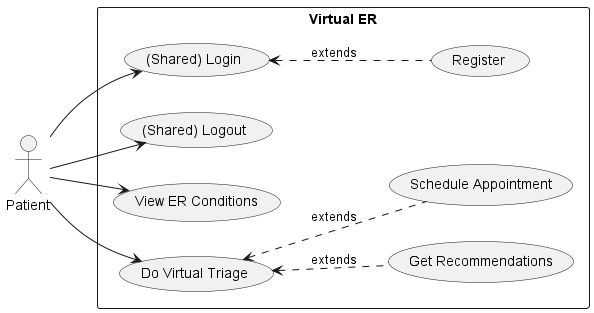
Earlier version of the PlantUML export milestone_1/use_case_diagrams/patient/plantuml.png (SENG-350-2024-fall/Group2). Source of this version:
```plantuml
@startuml plantuml
left to right direction
:Patient: as p
rectangle "Virtual ER" {
  usecase "(Shared) Login" as login
  (Register) as reg
  usecase "(Shared) Logout" as logout
  (View ER Conditions) as view_er
  (Do Virtual Triage) as triage
  (Get Recommendations) as get_rec
  (Schedule Appointment) as schedule
}
p --> login
p --> logout
p --> view_er
p --> triage
login <.. reg : extends
triage <.. get_rec: extends
triage <.. schedule : extends
@enduml
```
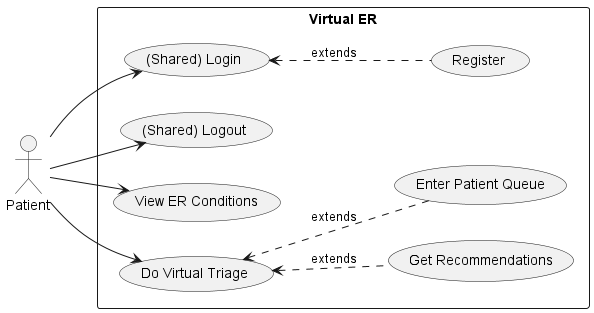
The same diagram one commit later.

Diff of the diagram source:
```diff
@@ -8,7 +8,7 @@
   (View ER Conditions) as view_er
   (Do Virtual Triage) as triage
   (Get Recommendations) as get_rec
-  (Schedule Appointment) as schedule
+  (Enter Patient Queue) as queue
 }
 p --> login
 p --> logout
@@ -16,5 +16,5 @@
 p --> triage
 login <.. reg : extends
 triage <.. get_rec: extends
-triage <.. schedule : extends
+triage <.. queue : extends
 @enduml
```
